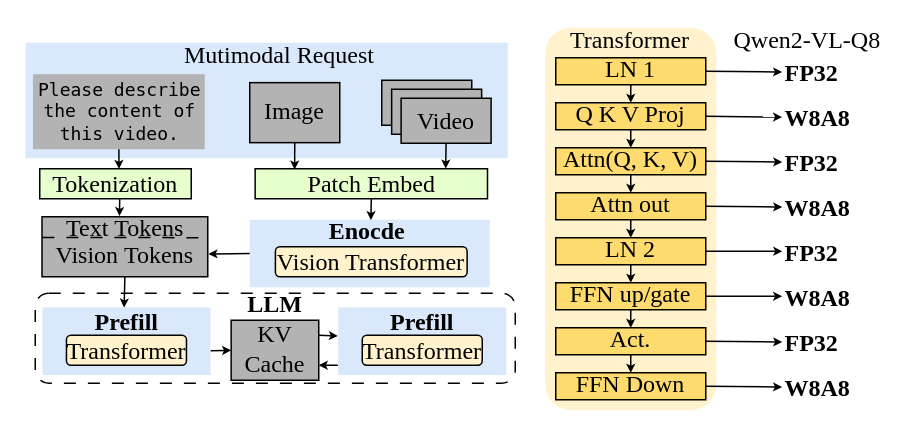
Earlier version of the draw.io diagram figures/bg1.drawio (icszhr/hermes). Source tidied: cells renumbered, new cells numbered last; positions are measured from the earlier drawing's top-left corner, leaving out a move shared by most shapes. Both pictures are drawn from the tidied source at 150%, with x=0, y=0 at pixel (24, 27).
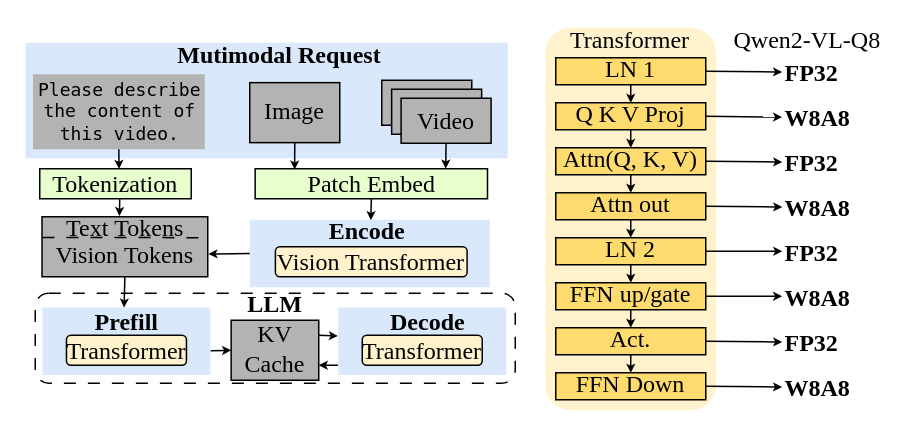
The same diagram, later.

The edit, as a diff of the source:
```diff
@@
-    <mxCell id="6" value="&lt;font&gt;&lt;b&gt;Enocde&lt;/b&gt;&lt;/font&gt;" style="text;html=1;whiteSpace=wrap;strokeColor=none;fillColor=none;align=center;verticalAlign=middle;rounded=0;fontFamily=Times New Roman;fontSize=16;" parent="1" vertex="1">
+    <mxCell id="6" value="&lt;font&gt;&lt;b&gt;Encode&lt;/b&gt;&lt;/font&gt;" style="text;html=1;whiteSpace=wrap;strokeColor=none;fillColor=none;align=center;verticalAlign=middle;rounded=0;fontFamily=Times New Roman;fontSize=16;" parent="1" vertex="1">
       <mxGeometry x="195.5" y="126" width="65" height="17" as="geometry" />
     </mxCell>
@@
-    <mxCell id="8" value="&lt;font&gt;Mutimodal Request&lt;/font&gt;" style="text;html=1;whiteSpace=wrap;strokeColor=none;fillColor=none;align=center;verticalAlign=middle;rounded=0;fontFamily=Times New Roman;fontSize=16;" parent="1" vertex="1">
+    <mxCell id="8" value="&lt;font&gt;Mutimodal Request&lt;/font&gt;" style="text;html=1;whiteSpace=wrap;strokeColor=none;fillColor=none;align=center;verticalAlign=middle;rounded=0;fontFamily=Times New Roman;fontSize=16;fontStyle=1;" parent="1" vertex="1">
       <mxGeometry x="101" y="10" width="138.4" height="16" as="geometry" />
     </mxCell>
@@
-    <mxCell id="37" value="&lt;b style=&quot;forced-color-adjust: none; color: rgb(0, 0, 0); font-family: &amp;quot;Times New Roman&amp;quot;; font-size: 16px; font-style: normal; font-variant-ligatures: normal; font-variant-caps: normal; letter-spacing: normal; orphans: 2; text-align: center; text-indent: 0px; text-transform: none; widows: 2; word-spacing: 0px; -webkit-text-stroke-width: 0px; white-space: normal; text-decoration-thickness: initial; text-decoration-style: initial; text-decoration-color: initial;&quot;&gt;Prefill&lt;/b&gt;" style="text;whiteSpace=wrap;html=1;labelBackgroundColor=none;spacingTop=-7;" parent="1" vertex="1">
+    <mxCell id="37" value="&lt;b style=&quot;forced-color-adjust: none; color: rgb(0, 0, 0); font-family: &amp;quot;Times New Roman&amp;quot;; font-size: 16px; font-style: normal; font-variant-ligatures: normal; font-variant-caps: normal; letter-spacing: normal; orphans: 2; text-align: center; text-indent: 0px; text-transform: none; widows: 2; word-spacing: 0px; -webkit-text-stroke-width: 0px; white-space: normal; text-decoration-thickness: initial; text-decoration-style: initial; text-decoration-color: initial;&quot;&gt;Decode&lt;/b&gt;" style="text;whiteSpace=wrap;html=1;labelBackgroundColor=none;spacingTop=-7;" parent="1" vertex="1">
       <mxGeometry x="242.2" y="186.5" width="45.7" height="17" as="geometry" />
     </mxCell>
```
